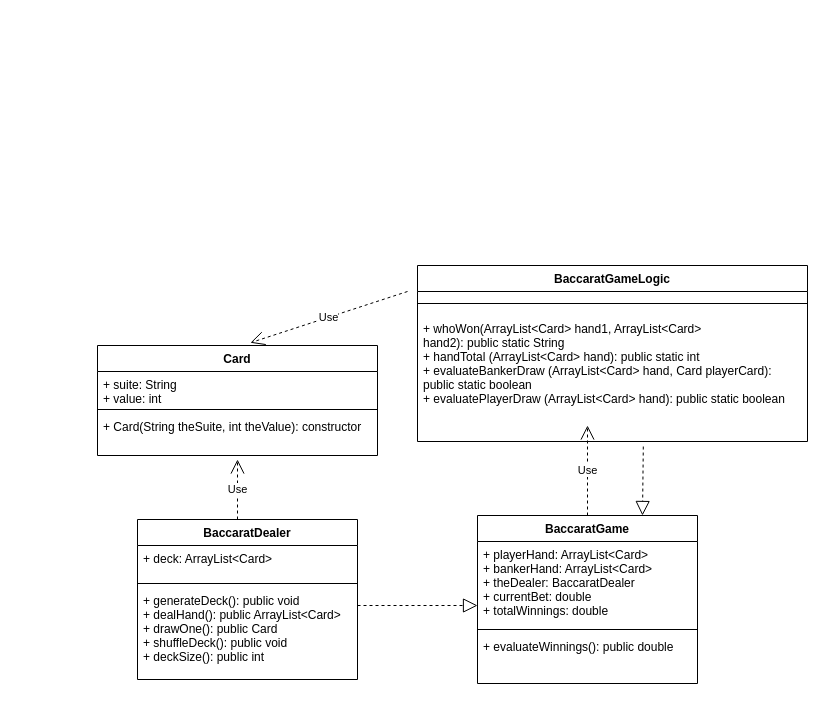
Above: page "Server UML Diagram" (1 of 3) of networked_baccarat.drawio in meganmehta/baccarat_game (draw.io), before the change. Source tidied: cells renumbered, new cells numbered last; positions are measured from the earlier drawing's top-left corner, leaving out a move shared by most shapes. Both pictures are drawn from the tidied source at 100%, with x=0, y=0 at pixel (97, 265).
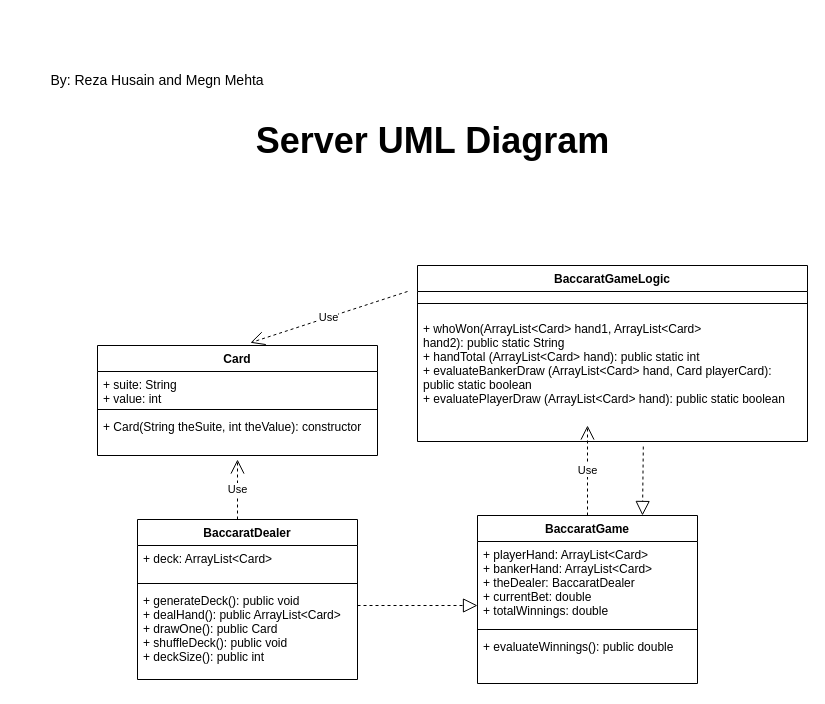
Above is the later version.

Diff of the diagram source:
```diff
@@
+    <mxCell id="22" value="&lt;font style=&quot;font-size: 36px&quot;&gt;Server UML Diagram&lt;/font&gt;" style="text;strokeColor=none;fillColor=none;html=1;fontSize=24;fontStyle=1;verticalAlign=middle;align=center;" parent="1" vertex="1">
+      <mxGeometry x="225" y="-160" width="220" height="70" as="geometry" />
+    </mxCell>
+    <mxCell id="23" value="&lt;span style=&quot;font-size: 14px&quot;&gt;By: Reza Husain and Megn Mehta&lt;/span&gt;" style="text;html=1;strokeColor=none;fillColor=none;align=center;verticalAlign=middle;whiteSpace=wrap;rounded=0;fontSize=72;" parent="1" vertex="1">
+      <mxGeometry x="-80" y="-220" width="280" height="30" as="geometry" />
+    </mxCell>
```
